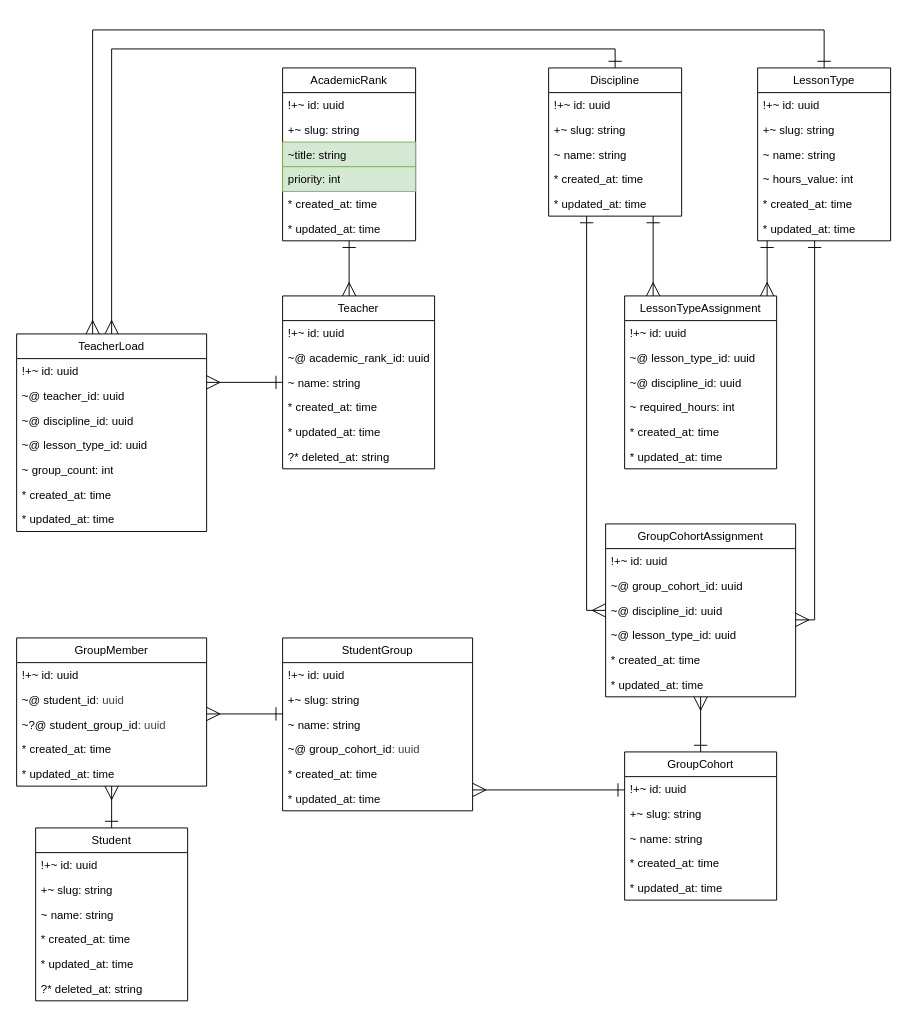
The draw.io diagram page "Schedule" (5 of 9) of docs/entity_relationship.drawio in IrusHunter/duckademic, before the edit. Source tidied: cells renumbered, new cells numbered last; positions are measured from the earlier drawing's top-left corner, leaving out a move shared by most shapes. Both pictures are drawn from the tidied source at 95%, with x=0, y=0 at pixel (16, 29).
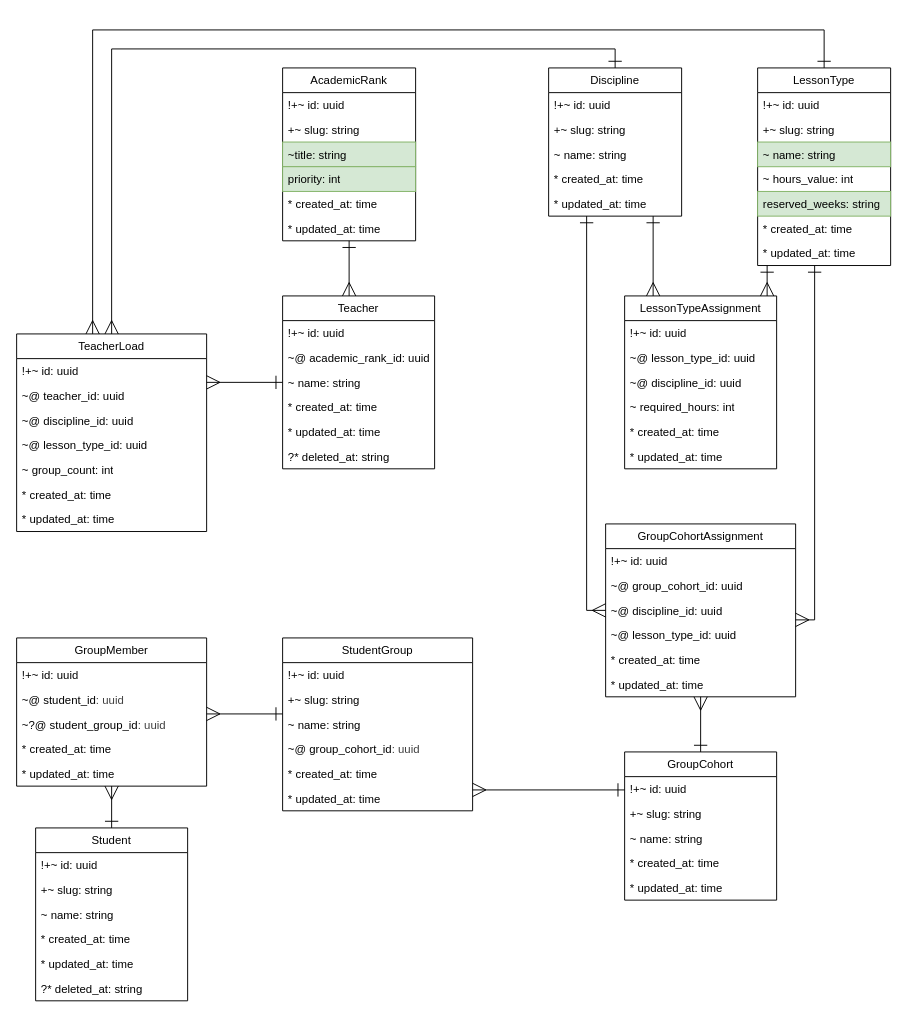
The same page after the edit.

Commit message (it also covers changes not shown here):
add reserved weeks to lesson type model in schedule service

Change to the diagram source:
```diff
@@
     <mxCell id="23" value="LessonType" style="swimlane;fontStyle=0;horizontal=1;startSize=26;fillColor=none;whiteSpace=wrap;html=1;" parent="1" vertex="1">
-      <mxGeometry x="780" y="40" width="140" height="182" as="geometry" />
+      <mxGeometry x="780" y="40" width="140" height="208" as="geometry" />
     </mxCell>
@@
-    <mxCell id="26" value="~ name: string" style="text;align=left;verticalAlign=top;spacingLeft=4;spacingRight=4;overflow=hidden;whiteSpace=wrap;html=1;" parent="23" vertex="1">
+    <mxCell id="26" value="~ name: string" style="text;align=left;verticalAlign=top;spacingLeft=4;spacingRight=4;overflow=hidden;whiteSpace=wrap;html=1;fillColor=#d5e8d4;strokeColor=#82b366;" parent="23" vertex="1">
       <mxGeometry y="78" width="140" height="26" as="geometry" />
     </mxCell>
@@
+    <mxCell id="89" value="reserved_weeks: string" style="text;align=left;verticalAlign=top;spacingLeft=4;spacingRight=4;overflow=hidden;whiteSpace=wrap;html=1;fillColor=#d5e8d4;strokeColor=#82b366;" parent="23" vertex="1">
+      <mxGeometry y="130" width="140" height="26" as="geometry" />
+    </mxCell>
     <mxCell id="28" value="* created_at: time" style="text;strokeColor=none;fillColor=none;align=left;verticalAlign=top;spacingLeft=4;spacingRight=4;overflow=hidden;whiteSpace=wrap;html=1;" parent="23" vertex="1">
-      <mxGeometry y="130" width="140" height="26" as="geometry" />
+      <mxGeometry y="156" width="140" height="26" as="geometry" />
     </mxCell>
     <mxCell id="29" value="* updated_at: time" style="text;strokeColor=none;fillColor=none;align=left;verticalAlign=top;spacingLeft=4;spacingRight=4;overflow=hidden;whiteSpace=wrap;html=1;" parent="23" vertex="1">
-      <mxGeometry y="156" width="140" height="26" as="geometry" />
+      <mxGeometry y="182" width="140" height="26" as="geometry" />
     </mxCell>
```
